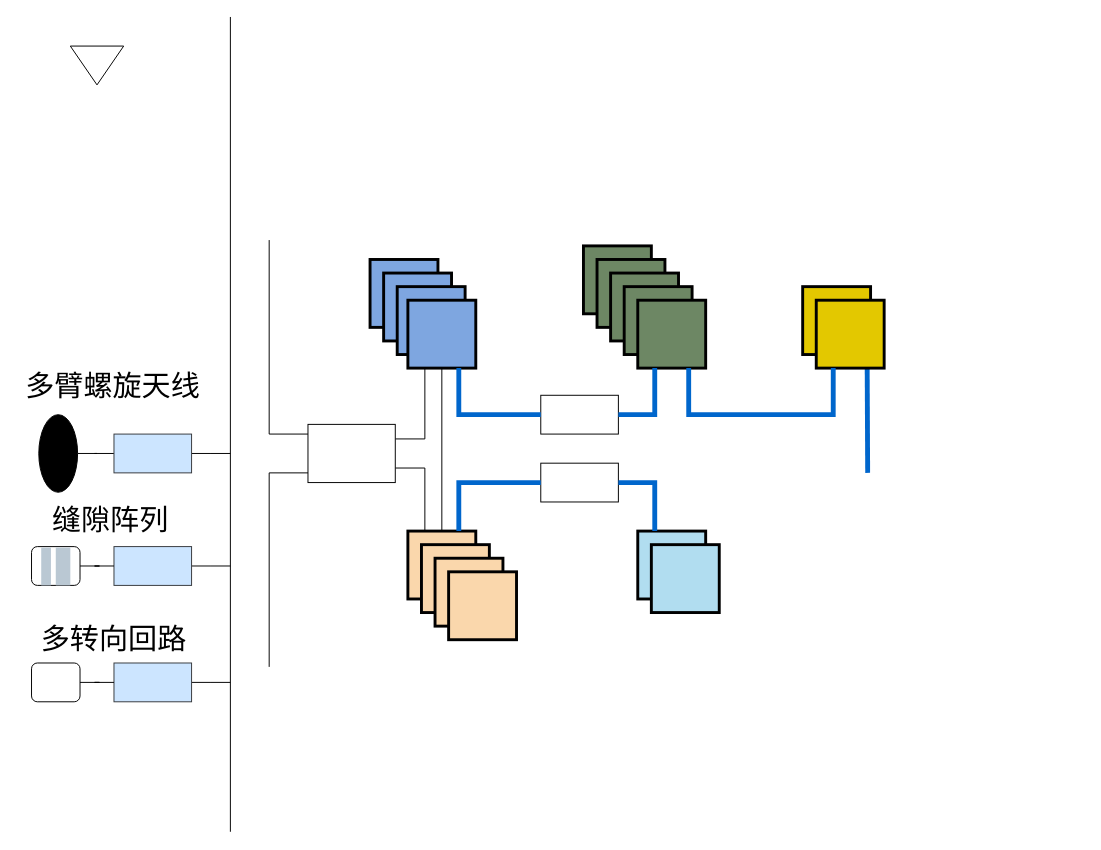
debeetle/Drawio keeps this draw.io diagram as Untitled Diagram.drawio. Above is the earlier version. Source tidied: cells renumbered, new cells numbered last; positions are measured from the earlier drawing's top-left corner, leaving out a move shared by most shapes. Both pictures are drawn from the tidied source at 97%, with x=0, y=0 at pixel (16, 16).
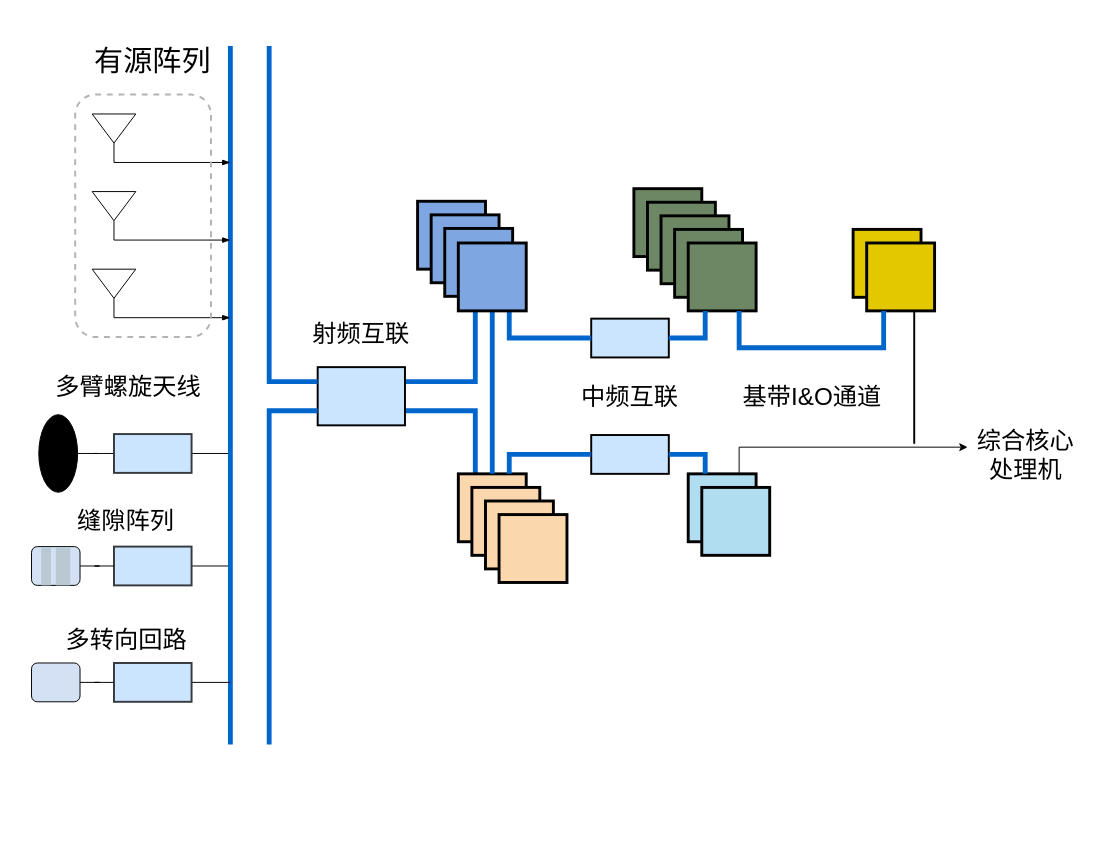
Above is the later version.

The change refers to these unchanged cells:
```xml
<mxCell id="25" style="whiteSpace=wrap;html=1;fillColor=#fad7ac;strokeColor=#000000;strokeWidth=3;" parent="24" vertex="1">
  <mxGeometry width="70" height="70" as="geometry" />
</mxCell>
<mxCell id="30" style="whiteSpace=wrap;html=1;fillColor=#b1ddf0;strokeColor=#000000;strokeWidth=3;" parent="29" vertex="1">
  <mxGeometry width="70" height="70" as="geometry" />
</mxCell>
<mxCell id="35" style="whiteSpace=wrap;html=1;fillColor=#e3c800;strokeColor=#000000;strokeWidth=3;fontColor=#000000;" parent="32" vertex="1">
  <mxGeometry x="14" y="14" width="70" height="70" as="geometry" />
</mxCell>
<mxCell id="41" style="whiteSpace=wrap;html=1;fillColor=#6d8764;strokeColor=#000000;strokeWidth=3;fontColor=#ffffff;" parent="36" vertex="1">
  <mxGeometry x="56" y="56" width="70" height="70" as="geometry" />
</mxCell>
```

What changed in the source:
```diff
@@
-    <mxCell id="5" style="rounded=0;whiteSpace=wrap;html=1;fillColor=#cce5ff;strokeColor=#36393d;" parent="1" vertex="1">
+    <mxCell id="5" style="rounded=0;whiteSpace=wrap;html=1;fillColor=#cce5ff;strokeColor=#36393d;strokeWidth=2;" parent="1" vertex="1">
       <mxGeometry x="100" y="546" width="80" height="40" as="geometry" />
     </mxCell>
-    <mxCell id="6" style="edgeStyle=orthogonalEdgeStyle;rounded=0;jettySize=auto;html=1;exitX=1;exitY=0.25;exitDx=0;exitDy=0;entryX=0.25;entryY=1;entryDx=0;entryDy=0;endArrow=none;endFill=0;" parent="1" edge="1" source="8" target="46">
+    <mxCell id="6" style="edgeStyle=orthogonalEdgeStyle;rounded=0;jettySize=auto;html=1;exitX=1;exitY=0.25;exitDx=0;exitDy=0;entryX=0.25;entryY=1;entryDx=0;entryDy=0;strokeWidth=5;strokeColor=#0066CC;endArrow=none;endFill=0;shadow=0;" parent="1" edge="1" source="8" target="46">
       <mxGeometry relative="1" as="geometry" />
     </mxCell>
-    <mxCell id="7" style="edgeStyle=orthogonalEdgeStyle;rounded=0;jettySize=auto;html=1;exitX=1;exitY=0.75;exitDx=0;exitDy=0;entryX=0.25;entryY=0;entryDx=0;entryDy=0;endArrow=none;endFill=0;" parent="1" edge="1" source="8" target="25">
+    <mxCell id="7" style="edgeStyle=orthogonalEdgeStyle;rounded=0;jettySize=auto;html=1;exitX=1;exitY=0.75;exitDx=0;exitDy=0;entryX=0.25;entryY=0;entryDx=0;entryDy=0;strokeWidth=5;strokeColor=#0066CC;endArrow=none;endFill=0;" parent="1" edge="1" source="8" target="25">
       <mxGeometry relative="1" as="geometry" />
     </mxCell>
-    <mxCell id="8" style="rounded=0;whiteSpace=wrap;html=1;" parent="1" vertex="1">
-      <mxGeometry x="300" y="420" width="90" height="60" as="geometry" />
+    <mxCell id="8" style="rounded=0;whiteSpace=wrap;html=1;fillColor=#CCE5FF;strokeWidth=2;" parent="1" vertex="1">
+      <mxGeometry x="310" y="361" width="90" height="60" as="geometry" />
     </mxCell>
@@
-    <mxCell id="10" style="rounded=0;whiteSpace=wrap;html=1;fillColor=#cce5ff;strokeColor=#36393d;" parent="1" vertex="1">
+    <mxCell id="10" style="rounded=0;whiteSpace=wrap;html=1;fillColor=#cce5ff;strokeColor=#36393d;strokeWidth=2;" parent="1" vertex="1">
       <mxGeometry x="100" y="430" width="80" height="40" as="geometry" />
     </mxCell>
-    <mxCell id="11" style="endArrow=none;html=1;rounded=0;" parent="1" edge="1">
+    <mxCell id="11" style="endArrow=none;html=1;rounded=0;strokeWidth=5;strokeColor=#0066CC;" parent="1" edge="1">
       <mxGeometry relative="1" as="geometry">
-        <mxPoint x="220" y="840" as="sourcePoint" />
-        <mxPoint x="220" as="targetPoint" />
+        <mxPoint x="220" y="750" as="sourcePoint" />
+        <mxPoint x="220" y="30" as="targetPoint" />
       </mxGeometry>
     </mxCell>
-    <mxCell id="12" style="endArrow=none;html=1;rounded=0;" parent="1" edge="1">
-      <mxGeometry relative="1" as="geometry">
-        <mxPoint x="300" y="430" as="sourcePoint" />
-        <mxPoint x="260" y="230" as="targetPoint" />
-        <Array as="points">
-          <mxPoint x="260" y="430" />
-        </Array>
-      </mxGeometry>
-    </mxCell>
-    <mxCell id="13" style="endArrow=none;html=1;rounded=0;" parent="1" edge="1">
-      <mxGeometry relative="1" as="geometry">
-        <mxPoint x="260" y="670" as="sourcePoint" />
-        <mxPoint x="300" y="470" as="targetPoint" />
-        <Array as="points">
-          <mxPoint x="260" y="470" />
-        </Array>
-      </mxGeometry>
-    </mxCell>
-    <mxCell id="14" style="rounded=0;whiteSpace=wrap;html=1;" parent="1" vertex="1">
-      <mxGeometry x="540" y="390" width="80" height="40" as="geometry" />
+    <mxCell id="14" style="rounded=0;whiteSpace=wrap;html=1;fillColor=#CCE5FF;strokeWidth=2;" parent="1" vertex="1">
+      <mxGeometry x="592" y="311" width="80" height="40" as="geometry" />
     </mxCell>
-    <mxCell id="15" style="rounded=0;whiteSpace=wrap;html=1;" parent="1" vertex="1">
-      <mxGeometry x="540" y="460" width="80" height="40" as="geometry" />
+    <mxCell id="15" style="rounded=0;whiteSpace=wrap;html=1;fillColor=#CCE5FF;strokeWidth=2;" parent="1" vertex="1">
+      <mxGeometry x="592" y="431" width="80" height="40" as="geometry" />
     </mxCell>
@@
-    <mxCell id="17" style="rounded=1;whiteSpace=wrap;html=1;" parent="1" vertex="1">
+    <mxCell id="17" style="rounded=1;whiteSpace=wrap;html=1;fillColor=#D4E1F5;" parent="1" vertex="1">
       <mxGeometry x="15" y="546" width="50" height="40" as="geometry" />
     </mxCell>
@@
-    <mxCell id="21" style="rounded=0;whiteSpace=wrap;html=1;fillColor=#cce5ff;strokeColor=#36393d;" parent="1" vertex="1">
+    <mxCell id="21" style="rounded=0;whiteSpace=wrap;html=1;fillColor=#cce5ff;strokeColor=#36393d;strokeWidth=2;" parent="1" vertex="1">
       <mxGeometry x="100" y="666" width="80" height="40" as="geometry" />
     </mxCell>
@@
-    <mxCell id="23" style="rounded=1;whiteSpace=wrap;html=1;" parent="1" vertex="1">
+    <mxCell id="23" style="rounded=1;whiteSpace=wrap;html=1;fillColor=#D4E1F5;" parent="1" vertex="1">
       <mxGeometry x="15" y="666" width="50" height="40" as="geometry" />
     </mxCell>
     <mxCell id="24" style="group;" parent="1" vertex="1">
-      <mxGeometry x="403" y="530" width="112" height="112" as="geometry" />
+      <mxGeometry x="455" y="471" width="112" height="112" as="geometry" />
     </mxCell>
@@
     <mxCell id="29" style="group;" parent="1" vertex="1">
-      <mxGeometry x="640" y="530" width="84" height="84" as="geometry" />
+      <mxGeometry x="692" y="471" width="84" height="84" as="geometry" />
     </mxCell>
@@
     <mxCell id="32" style="group;strokeColor=none;" parent="1" vertex="1">
-      <mxGeometry x="810" y="278" width="84" height="84" as="geometry" />
+      <mxGeometry x="862" y="219" width="84" height="84" as="geometry" />
     </mxCell>
@@
-    <mxCell id="34" style="rounded=0;jettySize=auto;html=1;exitX=0.75;exitY=1;exitDx=0;exitDy=0;strokeWidth=5;strokeColor=#0066CC;endArrow=none;endFill=0;" parent="32" edge="1" source="35">
-      <mxGeometry relative="1" as="geometry">
-        <mxPoint x="67" y="192" as="targetPoint" />
-      </mxGeometry>
-    </mxCell>
@@
     <mxCell id="36" style="group;" parent="1" vertex="1">
-      <mxGeometry x="584" y="236" width="126" height="126" as="geometry" />
+      <mxGeometry x="636" y="177" width="126" height="126" as="geometry" />
     </mxCell>
@@
-    <mxCell id="42" style="group;" parent="1" vertex="1">
-      <mxGeometry x="364" y="250" width="112" height="112" as="geometry" />
-    </mxCell>
-    <mxCell id="43" style="whiteSpace=wrap;html=1;fillColor=#7EA6E0;strokeColor=#000000;strokeWidth=3;" parent="42" vertex="1">
-      <mxGeometry width="70" height="70" as="geometry" />
-    </mxCell>
-    <mxCell id="44" style="whiteSpace=wrap;html=1;fillColor=#7EA6E0;strokeColor=#000000;strokeWidth=3;" parent="42" vertex="1">
-      <mxGeometry x="14" y="14" width="70" height="70" as="geometry" />
-    </mxCell>
-    <mxCell id="45" style="whiteSpace=wrap;html=1;fillColor=#7EA6E0;strokeColor=#000000;strokeWidth=3;" parent="42" vertex="1">
-      <mxGeometry x="28" y="28" width="70" height="70" as="geometry" />
-    </mxCell>
-    <mxCell id="46" style="whiteSpace=wrap;html=1;fillColor=#7EA6E0;strokeColor=#000000;strokeWidth=3;" parent="42" vertex="1">
-      <mxGeometry x="39" y="42" width="70" height="70" as="geometry" />
-    </mxCell>
-    <mxCell id="47" style="rounded=0;jettySize=auto;html=1;exitX=0.5;exitY=1;exitDx=0;exitDy=0;endArrow=none;endFill=0;" parent="1" edge="1" source="46" target="25">
+    <mxCell id="47" style="rounded=0;jettySize=auto;html=1;exitX=0.5;exitY=1;exitDx=0;exitDy=0;endArrow=none;endFill=0;strokeWidth=5;strokeColor=#0066CC;" parent="1" edge="1" source="46" target="25">
       <mxGeometry relative="1" as="geometry" />
     </mxCell>
@@
     <mxCell id="52" style="edgeStyle=orthogonalEdgeStyle;rounded=0;jettySize=auto;html=1;exitX=0.75;exitY=1;exitDx=0;exitDy=0;entryX=0.25;entryY=1;entryDx=0;entryDy=0;strokeWidth=5;strokeColor=#0066CC;endArrow=none;endFill=0;" parent="1" edge="1" source="41" target="35">
       <mxGeometry relative="1" as="geometry">
         <Array as="points">
-          <mxPoint x="693" y="410" />
-          <mxPoint x="842" y="410" />
+          <mxPoint x="745" y="341" />
+          <mxPoint x="894" y="341" />
         </Array>
       </mxGeometry>
     </mxCell>
-    <mxCell id="53" value="&lt;font style=&quot;font-size: 30px;&quot;&gt;缝隙阵列&lt;/font&gt;" style="text;html=1;strokeColor=none;fillColor=none;align=center;verticalAlign=middle;whiteSpace=wrap;rounded=0;" parent="1" vertex="1">
-      <mxGeometry x="25" y="500" width="142.5" height="36" as="geometry" />
+    <mxCell id="53" value="&lt;font style=&quot;font-size: 25px;&quot;&gt;缝隙阵列&lt;/font&gt;" style="text;html=1;strokeColor=none;fillColor=none;align=center;verticalAlign=middle;whiteSpace=wrap;rounded=0;" parent="1" vertex="1">
+      <mxGeometry x="60" y="500" width="105" height="36" as="geometry" />
     </mxCell>
-    <mxCell id="54" value="&lt;font style=&quot;font-size: 30px;&quot;&gt;多臂螺旋天线&lt;/font&gt;" style="text;html=1;strokeColor=none;fillColor=none;align=center;verticalAlign=middle;whiteSpace=wrap;rounded=0;" parent="1" vertex="1">
-      <mxGeometry y="360" width="197.5" height="40" as="geometry" />
+    <mxCell id="54" value="&lt;font style=&quot;font-size: 25px;&quot;&gt;多臂螺旋天线&lt;/font&gt;" style="text;html=1;strokeColor=none;fillColor=none;align=center;verticalAlign=middle;whiteSpace=wrap;rounded=0;" parent="1" vertex="1">
+      <mxGeometry x="35" y="360" width="160" height="40" as="geometry" />
     </mxCell>
-    <mxCell id="55" value="&lt;font style=&quot;font-size: 30px;&quot;&gt;多转向回路&lt;/font&gt;" style="text;html=1;strokeColor=none;fillColor=none;align=center;verticalAlign=middle;whiteSpace=wrap;rounded=0;" parent="1" vertex="1">
-      <mxGeometry x="20" y="626" width="160" height="30" as="geometry" />
+    <mxCell id="55" value="&lt;font style=&quot;font-size: 25px;&quot;&gt;多转向回路&lt;/font&gt;" style="text;html=1;strokeColor=none;fillColor=none;align=center;verticalAlign=middle;whiteSpace=wrap;rounded=0;" parent="1" vertex="1">
+      <mxGeometry x="47.5" y="626" width="130" height="30" as="geometry" />
     </mxCell>
-    <mxCell id="56" style="triangle;whiteSpace=wrap;html=1;direction=south;" parent="1" vertex="1">
-      <mxGeometry x="55" y="30" width="55" height="40" as="geometry" />
-    </mxCell>
+    <mxCell id="57" style="triangle;whiteSpace=wrap;html=1;direction=south;fillColor=none;" parent="1" vertex="1">
+      <mxGeometry x="77.5" y="260" width="45" height="30" as="geometry" />
+    </mxCell>
+    <mxCell id="58" style="endArrow=blockThin;html=1;rounded=0;exitX=1;exitY=0.5;exitDx=0;exitDy=0;edgeStyle=orthogonalEdgeStyle;endFill=1;" parent="1" edge="1" source="57">
+      <mxGeometry relative="1" as="geometry">
+        <mxPoint x="220" y="310" as="targetPoint" />
+        <Array as="points">
+          <mxPoint x="100" y="310" />
+        </Array>
+      </mxGeometry>
+    </mxCell>
+    <mxCell id="59" style="triangle;whiteSpace=wrap;html=1;direction=south;fillColor=none;" parent="1" vertex="1">
+      <mxGeometry x="77.5" y="180" width="45" height="30" as="geometry" />
+    </mxCell>
+    <mxCell id="60" style="endArrow=blockThin;html=1;rounded=0;exitX=1;exitY=0.5;exitDx=0;exitDy=0;edgeStyle=orthogonalEdgeStyle;endFill=1;" parent="1" edge="1" source="59">
+      <mxGeometry relative="1" as="geometry">
+        <mxPoint x="220" y="230" as="targetPoint" />
+        <Array as="points">
+          <mxPoint x="100" y="230" />
+        </Array>
+      </mxGeometry>
+    </mxCell>
+    <mxCell id="61" style="triangle;whiteSpace=wrap;html=1;direction=south;fillColor=none;" parent="1" vertex="1">
+      <mxGeometry x="77.5" y="100" width="45" height="30" as="geometry" />
+    </mxCell>
+    <mxCell id="62" style="endArrow=blockThin;html=1;rounded=0;exitX=1;exitY=0.5;exitDx=0;exitDy=0;edgeStyle=orthogonalEdgeStyle;endFill=1;" parent="1" edge="1" source="61">
+      <mxGeometry relative="1" as="geometry">
+        <mxPoint x="220" y="150" as="targetPoint" />
+        <Array as="points">
+          <mxPoint x="100" y="150" />
+        </Array>
+      </mxGeometry>
+    </mxCell>
+    <mxCell id="63" value="&lt;font style=&quot;font-size: 30px;&quot;&gt;有源阵列&lt;/font&gt;" style="text;html=1;strokeColor=none;fillColor=none;align=center;verticalAlign=middle;whiteSpace=wrap;rounded=0;" parent="1" vertex="1">
+      <mxGeometry x="75" y="30" width="130" height="30" as="geometry" />
+    </mxCell>
+    <mxCell id="64" style="rounded=1;whiteSpace=wrap;html=1;fillColor=none;direction=south;dashed=1;strokeWidth=2;strokeColor=#B3B3B3;" parent="1" vertex="1">
+      <mxGeometry x="60" y="80" width="140" height="250" as="geometry" />
+    </mxCell>
+    <mxCell id="65" value="&lt;font style=&quot;font-size: 25px;&quot;&gt;射频互联&lt;/font&gt;" style="text;html=1;strokeColor=none;fillColor=none;align=center;verticalAlign=middle;whiteSpace=wrap;rounded=0;" parent="1" vertex="1">
+      <mxGeometry x="300" y="311" width="110" height="30" as="geometry" />
+    </mxCell>
+    <mxCell id="66" value="&lt;font style=&quot;font-size: 25px;&quot;&gt;中频互联&lt;/font&gt;" style="text;html=1;strokeColor=none;fillColor=none;align=center;verticalAlign=middle;whiteSpace=wrap;rounded=0;" parent="1" vertex="1">
+      <mxGeometry x="577" y="376" width="110" height="30" as="geometry" />
+    </mxCell>
+    <mxCell id="67" value="&lt;font style=&quot;font-size: 25px;&quot;&gt;基带I&amp;amp;O通道&lt;br&gt;&lt;/font&gt;" style="text;html=1;strokeColor=none;fillColor=none;align=center;verticalAlign=middle;whiteSpace=wrap;rounded=0;" parent="1" vertex="1">
+      <mxGeometry x="740" y="376" width="160" height="30" as="geometry" />
+    </mxCell>
+    <mxCell id="68" value="&lt;font style=&quot;font-size: 25px;&quot;&gt;综合核心处理机&lt;/font&gt;" style="text;html=1;strokeColor=none;fillColor=none;align=center;verticalAlign=middle;whiteSpace=wrap;rounded=0;" parent="1" vertex="1">
+      <mxGeometry x="980" y="436" width="120" height="30" as="geometry" />
+    </mxCell>
+    <mxCell id="69" style="group;" parent="1" vertex="1">
+      <mxGeometry x="413" y="190" width="112" height="113" as="geometry" />
+    </mxCell>
+    <mxCell id="43" style="whiteSpace=wrap;html=1;fillColor=#7EA6E0;strokeColor=#000000;strokeWidth=3;" parent="69" vertex="1">
+      <mxGeometry width="70" height="70" as="geometry" />
+    </mxCell>
+    <mxCell id="44" style="whiteSpace=wrap;html=1;fillColor=#7EA6E0;strokeColor=#000000;strokeWidth=3;" parent="69" vertex="1">
+      <mxGeometry x="14" y="14" width="70" height="70" as="geometry" />
+    </mxCell>
+    <mxCell id="45" style="whiteSpace=wrap;html=1;fillColor=#7EA6E0;strokeColor=#000000;strokeWidth=3;" parent="69" vertex="1">
+      <mxGeometry x="28" y="28" width="70" height="70" as="geometry" />
+    </mxCell>
+    <mxCell id="46" style="whiteSpace=wrap;html=1;fillColor=#7EA6E0;strokeColor=#000000;strokeWidth=3;" parent="69" vertex="1">
+      <mxGeometry x="42" y="43" width="70" height="70" as="geometry" />
+    </mxCell>
+    <mxCell id="70" style="edgeStyle=segmentEdgeStyle;endArrow=none;html=1;curved=0;rounded=0;endSize=8;startSize=8;exitX=0;exitY=0.75;exitDx=0;exitDy=0;strokeWidth=5;strokeColor=#0066CC;endFill=0;" parent="1" edge="1" source="8">
+      <mxGeometry relative="1" as="geometry">
+        <mxPoint x="260" y="750" as="targetPoint" />
+      </mxGeometry>
+    </mxCell>
+    <mxCell id="71" style="edgeStyle=segmentEdgeStyle;endArrow=none;html=1;curved=0;rounded=0;endSize=8;startSize=8;exitX=0;exitY=0.25;exitDx=0;exitDy=0;strokeWidth=5;strokeColor=#0066CC;endFill=0;" parent="1" edge="1" source="8">
+      <mxGeometry relative="1" as="geometry">
+        <mxPoint x="260" y="30" as="targetPoint" />
+      </mxGeometry>
+    </mxCell>
+    <mxCell id="72" style="edgeStyle=orthogonalEdgeStyle;rounded=0;jettySize=auto;html=1;exitX=0.75;exitY=0;exitDx=0;exitDy=0;entryX=0;entryY=0.25;entryDx=0;entryDy=0;" parent="1" edge="1" source="30" target="68">
+      <mxGeometry relative="1" as="geometry" />
+    </mxCell>
+    <mxCell id="73" style="line;strokeWidth=2;direction=south;html=1;" parent="1" vertex="1">
+      <mxGeometry x="920" y="303" width="10" height="137" as="geometry" />
+    </mxCell>
```
